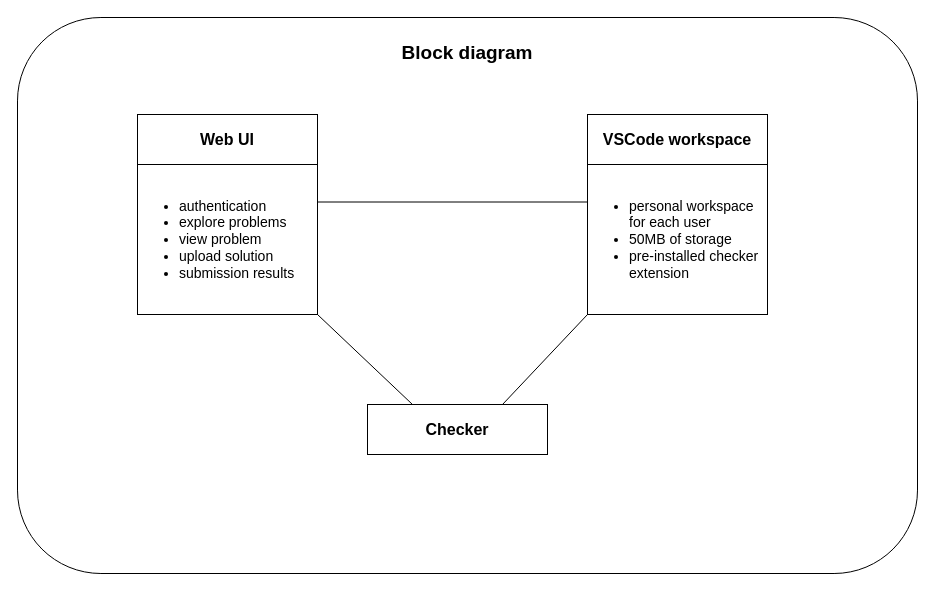
Before: diagrams/architecture/block-diagram.drawio in acadnet-dev/docs, a draw.io diagram. Source tidied: cells renumbered, new cells numbered last; positions are measured from the earlier drawing's top-left corner, leaving out a move shared by most shapes. Both pictures are drawn from the tidied source at 100%, with x=0, y=0 at pixel (17, 17).
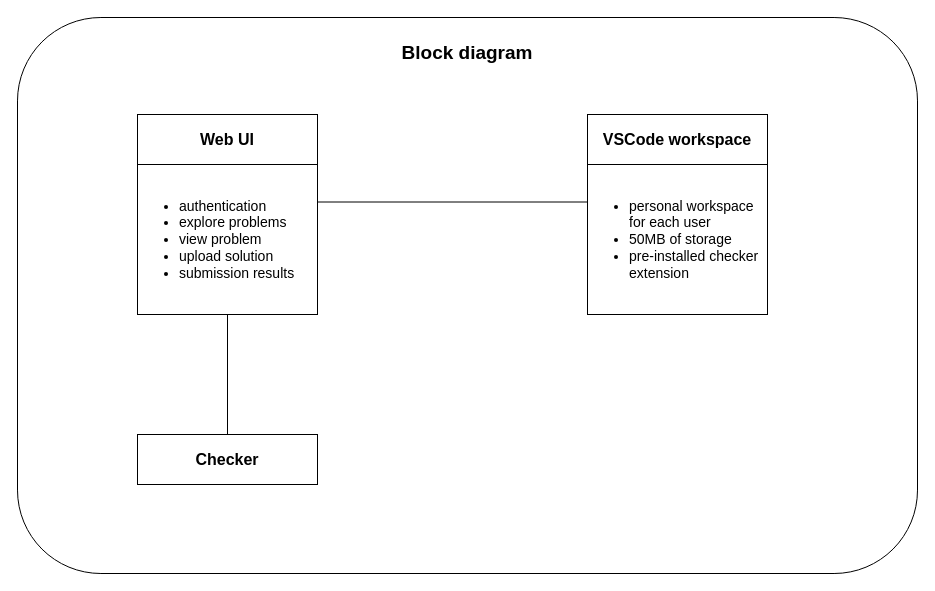
The same diagram, later.

What changed in the source:
```diff
@@
 <mxGraphModel>
   <root>
     <mxCell id="0" />
     <mxCell id="1" parent="0" />
     <mxCell id="2" style="rounded=1;whiteSpace=wrap;html=1;" parent="1" vertex="1">
       <mxGeometry width="900" height="556" as="geometry" />
     </mxCell>
     <mxCell id="3" value="Block diagram" style="text;html=1;strokeColor=none;fillColor=none;align=center;verticalAlign=middle;whiteSpace=wrap;rounded=0;fontSize=19;fontStyle=1;" parent="1" vertex="1">
       <mxGeometry x="370" y="21" width="160" height="30" as="geometry" />
     </mxCell>
     <mxCell id="4" value="Web UI" style="rounded=0;whiteSpace=wrap;html=1;align=center;fontStyle=1;fontSize=16;" parent="1" vertex="1">
       <mxGeometry x="120" y="97" width="180" height="50" as="geometry" />
     </mxCell>
     <mxCell id="5" value="&lt;ul style=&quot;font-size: 14px;&quot;&gt;&lt;li&gt;authentication&lt;/li&gt;&lt;li&gt;explore problems&lt;/li&gt;&lt;li&gt;view problem&lt;/li&gt;&lt;li&gt;upload solution&lt;/li&gt;&lt;li style=&quot;border-color: var(--border-color);&quot;&gt;submission results&lt;/li&gt;&lt;/ul&gt;" style="rounded=0;whiteSpace=wrap;html=1;fontSize=16;align=left;" parent="1" vertex="1">
       <mxGeometry x="120" y="147" width="180" height="150" as="geometry" />
     </mxCell>
     <mxCell id="6" value="VSCode workspace" style="rounded=0;whiteSpace=wrap;html=1;align=center;fontStyle=1;fontSize=16;" parent="1" vertex="1">
       <mxGeometry x="570" y="97" width="180" height="50" as="geometry" />
     </mxCell>
     <mxCell id="7" value="&lt;ul style=&quot;font-size: 14px;&quot;&gt;&lt;li&gt;personal workspace for each user&lt;/li&gt;&lt;li&gt;50MB of storage&lt;/li&gt;&lt;li&gt;pre-installed checker extension&lt;/li&gt;&lt;/ul&gt;" style="rounded=0;whiteSpace=wrap;html=1;fontSize=16;align=left;" parent="1" vertex="1">
       <mxGeometry x="570" y="147" width="180" height="150" as="geometry" />
     </mxCell>
     <mxCell id="8" value="Checker" style="rounded=0;whiteSpace=wrap;html=1;align=center;fontStyle=1;fontSize=16;" parent="1" vertex="1">
-      <mxGeometry x="350" y="387" width="180" height="50" as="geometry" />
+      <mxGeometry x="120" y="417" width="180" height="50" as="geometry" />
     </mxCell>
     <mxCell id="9" style="endArrow=none;html=1;fontSize=14;exitX=1;exitY=0.25;exitDx=0;exitDy=0;entryX=0;entryY=0.25;entryDx=0;entryDy=0;" parent="1" edge="1" source="5" target="7">
       <mxGeometry relative="1" as="geometry" />
     </mxCell>
-    <mxCell id="10" style="endArrow=none;html=1;fontSize=14;exitX=0.25;exitY=0;exitDx=0;exitDy=0;entryX=1;entryY=1;entryDx=0;entryDy=0;" parent="1" edge="1" source="8" target="5">
+    <mxCell id="10" style="endArrow=none;html=1;fontSize=14;exitX=0.5;exitY=0;exitDx=0;exitDy=0;entryX=0.5;entryY=1;entryDx=0;entryDy=0;" parent="1" edge="1" source="8" target="5">
       <mxGeometry relative="1" as="geometry" />
     </mxCell>
-    <mxCell id="11" style="endArrow=none;html=1;fontSize=14;entryX=0.75;entryY=0;entryDx=0;entryDy=0;exitX=0;exitY=1;exitDx=0;exitDy=0;" parent="1" edge="1" source="7" target="8">
-      <mxGeometry relative="1" as="geometry" />
-    </mxCell>
   </root>
 </mxGraphModel>
```
